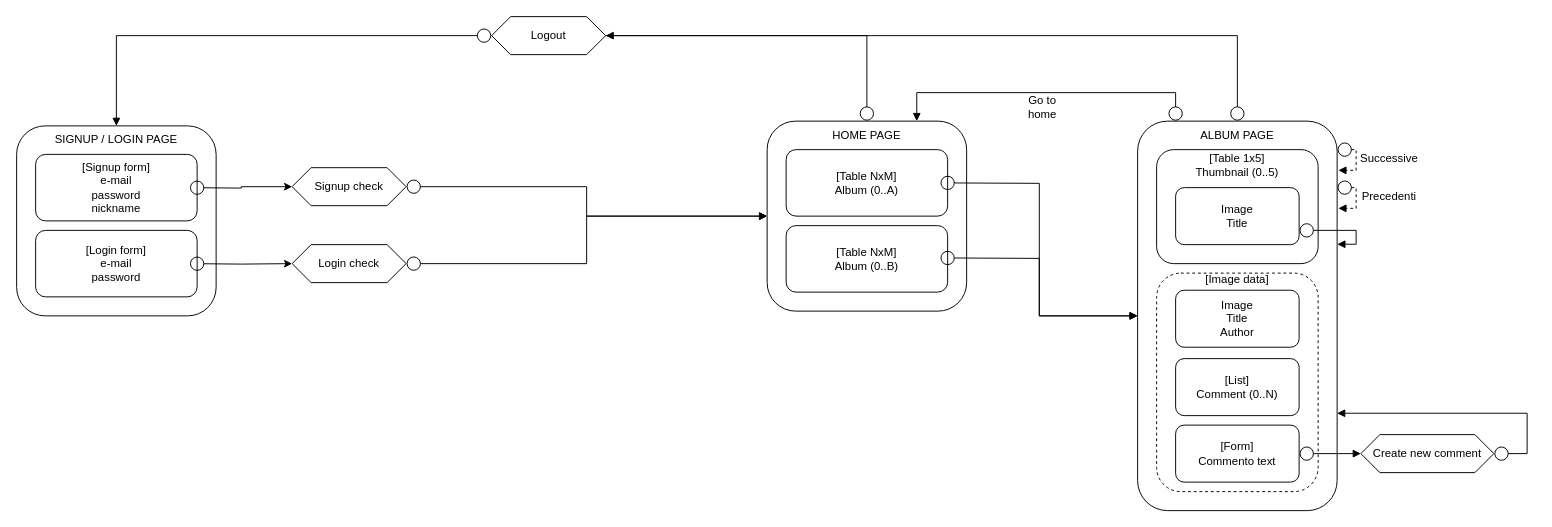
This is Design/Diagramma_IFML.drawio from daniLOLZ/TIW-Gallery-2022, a draw.io file, before an edit. Source tidied: cells renumbered, new cells numbered last; positions are measured from the earlier drawing's top-left corner, leaving out a move shared by most shapes. Both pictures are drawn from the tidied source at 95%, with x=0, y=0 at pixel (16, 16).
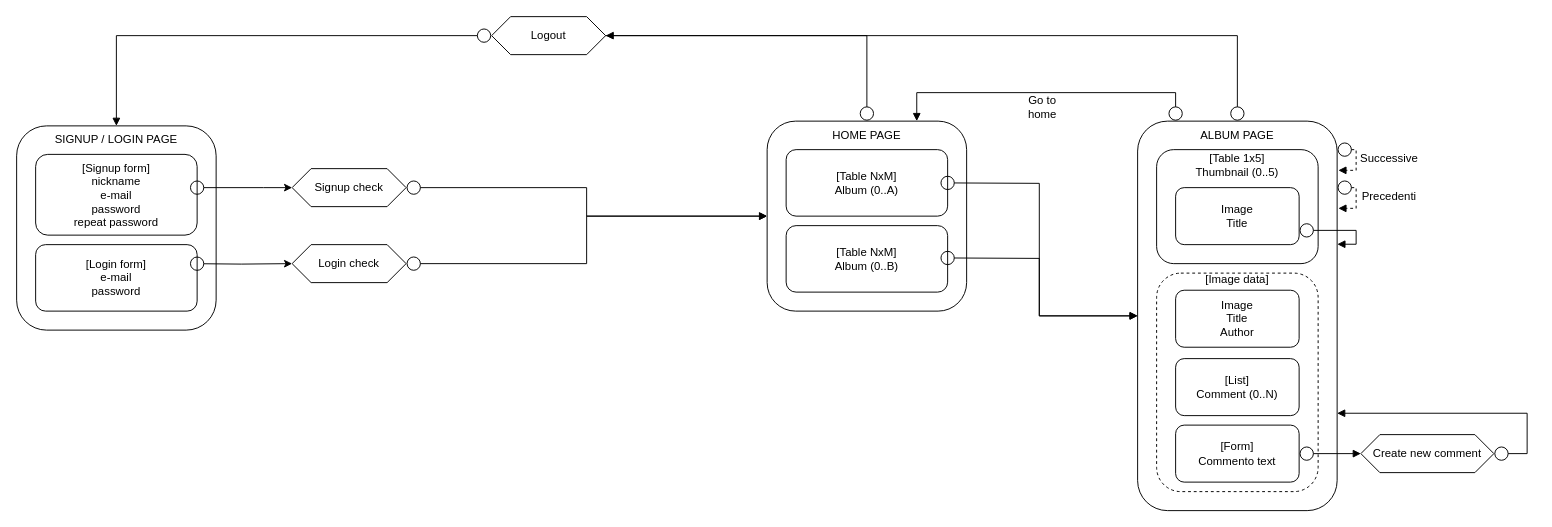
Above is the later version.

Commit message (it also covers changes not shown here):
piccolo fix form di registrazione, messo due righe di completamento specifiche per la creazione degli album ma domani vediamo bene

What changed in the source:
```diff
@@
     <mxCell id="22" value="Signup check" style="shape=hexagon;perimeter=hexagonPerimeter2;whiteSpace=wrap;html=1;fixedSize=1;strokeColor=default;" parent="1" vertex="1">
-      <mxGeometry x="290" y="159" width="120" height="40" as="geometry" />
+      <mxGeometry x="290" y="160" width="120" height="40" as="geometry" />
     </mxCell>
     <mxCell id="23" style="rounded=1;whiteSpace=wrap;html=1;strokeColor=default;" parent="1" vertex="1">
-      <mxGeometry y="115" width="210" height="200" as="geometry" />
+      <mxGeometry y="115" width="210" height="215" as="geometry" />
     </mxCell>
-    <mxCell id="24" value="[Signup form]&lt;br&gt;e-mail&lt;br&gt;password&lt;br&gt;nickname" style="rounded=1;whiteSpace=wrap;html=1;strokeColor=default;" parent="1" vertex="1">
-      <mxGeometry x="20" y="145" width="170" height="70" as="geometry" />
+    <mxCell id="24" value="[Signup form]&lt;br&gt;nickname&lt;br&gt;e-mail&lt;br&gt;password&lt;br&gt;repeat password" style="rounded=1;whiteSpace=wrap;html=1;strokeColor=default;" parent="1" vertex="1">
+      <mxGeometry x="20" y="145" width="170" height="85" as="geometry" />
     </mxCell>
@@
     <mxCell id="26" value="[Login form]&lt;br&gt;e-mail&lt;br&gt;password" style="rounded=1;whiteSpace=wrap;html=1;strokeColor=default;" parent="1" vertex="1">
-      <mxGeometry x="20" y="225" width="170" height="70" as="geometry" />
+      <mxGeometry x="20" y="240" width="170" height="70" as="geometry" />
     </mxCell>
@@
     <mxCell id="28" style="edgeStyle=orthogonalEdgeStyle;rounded=0;jettySize=auto;html=1;startArrow=circle;startFill=0;entryX=0;entryY=0.5;entryDx=0;entryDy=0;" parent="1" edge="1" target="22">
       <mxGeometry relative="1" as="geometry">
         <mxPoint x="182" y="180" as="sourcePoint" />
+        <Array as="points">
+          <mxPoint x="260" y="180" />
+          <mxPoint x="260" y="180" />
+        </Array>
       </mxGeometry>
     </mxCell>
```
